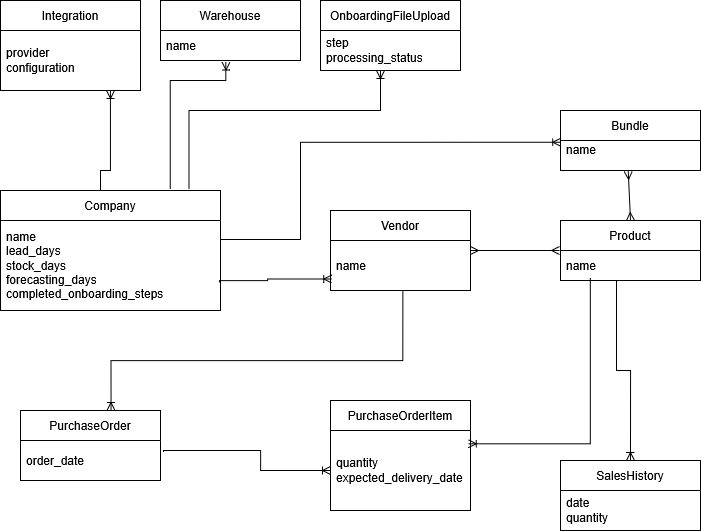
Earlier version of the draw.io export docs/entity_diagram.png (h4nz2/logistics-onboarding). Source tidied: cells renumbered, new cells last; positions are measured from the earlier drawing's top-left corner, leaving out a move shared by most shapes.
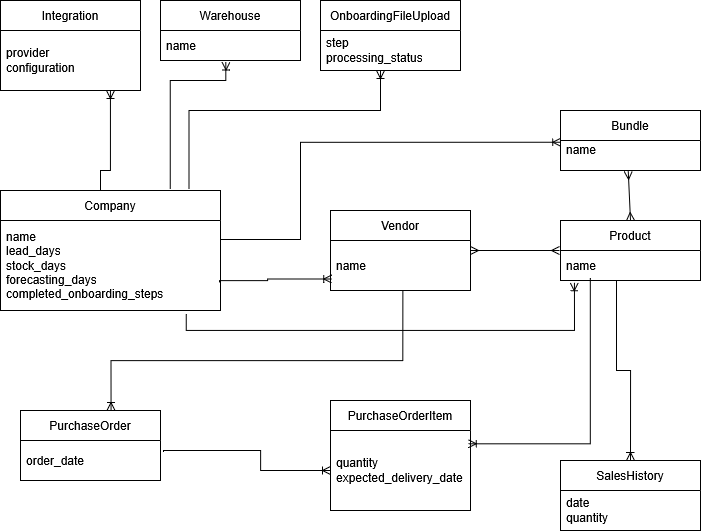
Later version of the same file.

What changed in the source:
```diff
@@ -142,5 +142,13 @@
         </Array>
       </mxGeometry>
     </mxCell>
+    <mxCell id="33" style="edgeStyle=orthogonalEdgeStyle;fontSize=12;html=1;endArrow=ERoneToMany;rounded=0;entryX=0.099;entryY=1.078;entryDx=0;entryDy=0;entryPerimeter=0;exitX=0.844;exitY=1.045;exitDx=0;exitDy=0;exitPerimeter=0;" parent="1" edge="1" source="3" target="9">
+      <mxGeometry relative="1" as="geometry">
+        <Array as="points">
+          <mxPoint x="186" y="330" />
+          <mxPoint x="574" y="330" />
+        </Array>
+      </mxGeometry>
+    </mxCell>
   </root>
 </mxGraphModel>
```
